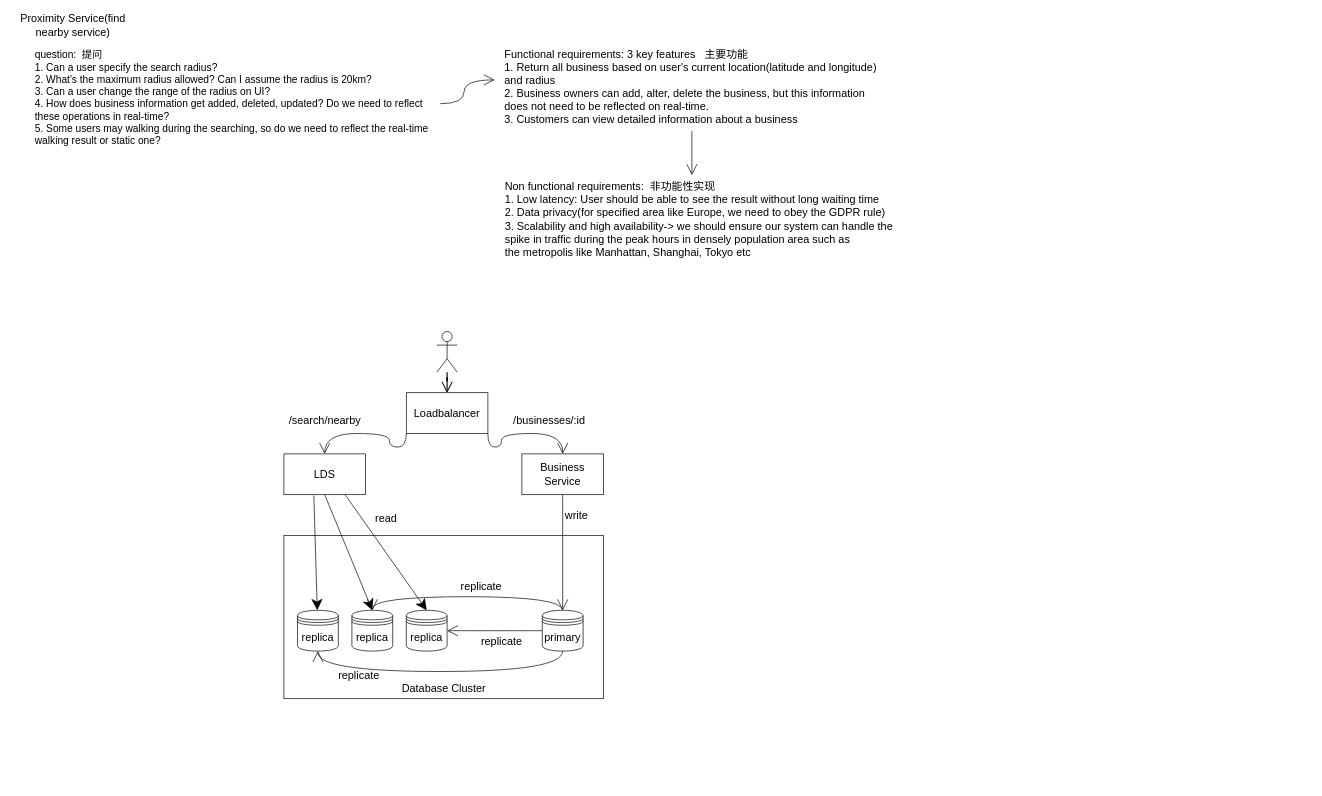
This is page "第 2 页" (2 of 2) of sap.drawio from superkjp/docs, a draw.io file, before an edit. Source tidied: cells renumbered, new cells numbered last; positions are measured from the earlier drawing's top-left corner, leaving out a move shared by most shapes. Both pictures are drawn from the tidied source at 68%, with x=0, y=0 at pixel (12, 12).
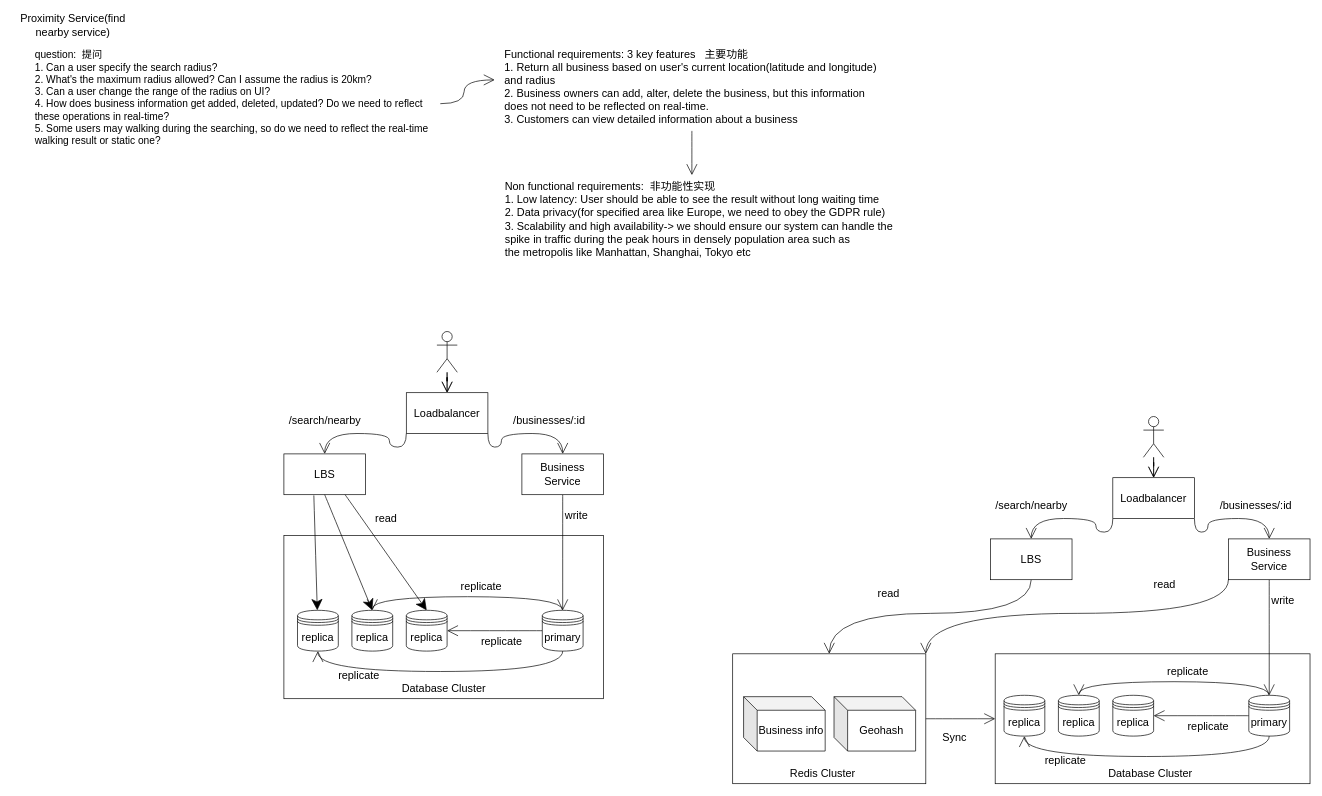
After the change.

What changed in the source:
```diff
@@
-    <mxCell id="14" value="LDS" style="whiteSpace=wrap;html=1;fontSize=16;" parent="1" vertex="1">
+    <mxCell id="14" value="LBS" style="whiteSpace=wrap;html=1;fontSize=16;" parent="1" vertex="1">
       <mxGeometry x="400" y="650" width="120" height="60" as="geometry" />
     </mxCell>
@@
+    <mxCell id="36" style="edgeStyle=orthogonalEdgeStyle;curved=1;jettySize=auto;html=1;exitX=0;exitY=1;exitDx=0;exitDy=0;fontSize=16;endArrow=open;startSize=14;endSize=14;" parent="1" edge="1" source="38" target="43">
+      <mxGeometry relative="1" as="geometry" />
+    </mxCell>
+    <mxCell id="37" style="edgeStyle=orthogonalEdgeStyle;curved=1;jettySize=auto;html=1;exitX=1;exitY=1;exitDx=0;exitDy=0;entryX=0.5;entryY=0;entryDx=0;entryDy=0;fontSize=16;endArrow=open;startSize=14;endSize=14;" parent="1" edge="1" source="38" target="46">
+      <mxGeometry relative="1" as="geometry" />
+    </mxCell>
+    <mxCell id="38" value="Loadbalancer" style="whiteSpace=wrap;html=1;fontSize=16;" parent="1" vertex="1">
+      <mxGeometry x="1619" y="685" width="120" height="60" as="geometry" />
+    </mxCell>
+    <mxCell id="39" style="edgeStyle=orthogonalEdgeStyle;curved=1;jettySize=auto;html=1;entryX=0.5;entryY=0;entryDx=0;entryDy=0;fontSize=16;endArrow=open;startSize=14;endSize=14;" parent="1" edge="1" source="41" target="38">
+      <mxGeometry relative="1" as="geometry" />
+    </mxCell>
+    <mxCell id="40" style="edgeStyle=orthogonalEdgeStyle;curved=1;jettySize=auto;html=1;fontSize=16;endArrow=open;startSize=14;endSize=14;" parent="1" edge="1" source="41" target="38">
+      <mxGeometry relative="1" as="geometry" />
+    </mxCell>
+    <mxCell id="41" style="shape=umlActor;verticalLabelPosition=bottom;verticalAlign=top;html=1;outlineConnect=0;fontSize=16;" parent="1" vertex="1">
+      <mxGeometry x="1664" y="595" width="30" height="60" as="geometry" />
+    </mxCell>
+    <mxCell id="42" style="edgeStyle=orthogonalEdgeStyle;curved=1;jettySize=auto;html=1;exitX=0.5;exitY=1;exitDx=0;exitDy=0;fontSize=16;endArrow=open;startSize=14;endSize=14;" parent="1" edge="1" source="43" target="63">
+      <mxGeometry relative="1" as="geometry" />
+    </mxCell>
+    <mxCell id="43" value="LBS" style="whiteSpace=wrap;html=1;fontSize=16;" parent="1" vertex="1">
+      <mxGeometry x="1439" y="775" width="120" height="60" as="geometry" />
+    </mxCell>
+    <mxCell id="44" style="edgeStyle=orthogonalEdgeStyle;curved=1;jettySize=auto;html=1;exitX=0.5;exitY=1;exitDx=0;exitDy=0;entryX=0.5;entryY=0;entryDx=0;entryDy=0;fontSize=16;endArrow=open;startSize=14;endSize=14;" parent="1" edge="1" source="46" target="55">
+      <mxGeometry relative="1" as="geometry" />
+    </mxCell>
+    <mxCell id="45" style="edgeStyle=orthogonalEdgeStyle;curved=1;jettySize=auto;html=1;exitX=0;exitY=1;exitDx=0;exitDy=0;entryX=1;entryY=0;entryDx=0;entryDy=0;fontSize=16;endArrow=open;startSize=14;endSize=14;" parent="1" edge="1" source="46" target="63">
+      <mxGeometry relative="1" as="geometry" />
+    </mxCell>
+    <mxCell id="46" value="Business Service" style="whiteSpace=wrap;html=1;fontSize=16;" parent="1" vertex="1">
+      <mxGeometry x="1789" y="775" width="120" height="60" as="geometry" />
+    </mxCell>
+    <mxCell id="47" style="whiteSpace=wrap;html=1;fontSize=16;fillColor=none;" parent="1" vertex="1">
+      <mxGeometry x="1446" y="944" width="463" height="191" as="geometry" />
+    </mxCell>
+    <mxCell id="48" value="Database Cluster" style="text;html=1;align=center;verticalAlign=middle;strokeColor=none;fillColor=none;fontSize=16;" parent="1" vertex="1">
+      <mxGeometry x="1599" y="1105" width="150" height="30" as="geometry" />
+    </mxCell>
+    <mxCell id="49" value="replica" style="shape=datastore;whiteSpace=wrap;html=1;fontSize=16;" parent="1" vertex="1">
+      <mxGeometry x="1459" y="1005" width="60" height="60" as="geometry" />
+    </mxCell>
+    <mxCell id="50" value="replica" style="shape=datastore;whiteSpace=wrap;html=1;fontSize=16;" parent="1" vertex="1">
+      <mxGeometry x="1539" y="1005" width="60" height="60" as="geometry" />
+    </mxCell>
+    <mxCell id="51" value="replica" style="shape=datastore;whiteSpace=wrap;html=1;fontSize=16;" parent="1" vertex="1">
+      <mxGeometry x="1619" y="1005" width="60" height="60" as="geometry" />
+    </mxCell>
+    <mxCell id="52" style="edgeStyle=orthogonalEdgeStyle;curved=1;jettySize=auto;html=1;exitX=0.5;exitY=0;exitDx=0;exitDy=0;entryX=0.5;entryY=0;entryDx=0;entryDy=0;fontSize=16;endArrow=open;startSize=14;endSize=14;" parent="1" edge="1" source="55" target="50">
+      <mxGeometry relative="1" as="geometry" />
+    </mxCell>
+    <mxCell id="53" style="edgeStyle=orthogonalEdgeStyle;curved=1;jettySize=auto;html=1;exitX=0;exitY=0.5;exitDx=0;exitDy=0;entryX=1;entryY=0.5;entryDx=0;entryDy=0;fontSize=16;endArrow=open;startSize=14;endSize=14;" parent="1" edge="1" source="55" target="51">
+      <mxGeometry relative="1" as="geometry" />
+    </mxCell>
+    <mxCell id="54" style="edgeStyle=orthogonalEdgeStyle;curved=1;jettySize=auto;html=1;exitX=0.5;exitY=1;exitDx=0;exitDy=0;entryX=0.5;entryY=1;entryDx=0;entryDy=0;fontSize=16;endArrow=open;startSize=14;endSize=14;" parent="1" edge="1" source="55" target="49">
+      <mxGeometry relative="1" as="geometry" />
+    </mxCell>
+    <mxCell id="55" value="primary" style="shape=datastore;whiteSpace=wrap;html=1;fontSize=16;" parent="1" vertex="1">
+      <mxGeometry x="1819" y="1005" width="60" height="60" as="geometry" />
+    </mxCell>
+    <mxCell id="56" value="replicate" style="text;html=1;align=center;verticalAlign=middle;strokeColor=none;fillColor=none;fontSize=16;" parent="1" vertex="1">
+      <mxGeometry x="1509" y="1085" width="80" height="30" as="geometry" />
+    </mxCell>
+    <mxCell id="57" value="replicate" style="text;html=1;align=center;verticalAlign=middle;strokeColor=none;fillColor=none;fontSize=16;" parent="1" vertex="1">
+      <mxGeometry x="1719" y="1035" width="80" height="30" as="geometry" />
+    </mxCell>
+    <mxCell id="58" value="replicate" style="text;html=1;align=center;verticalAlign=middle;strokeColor=none;fillColor=none;fontSize=16;" parent="1" vertex="1">
+      <mxGeometry x="1689" y="955" width="80" height="30" as="geometry" />
+    </mxCell>
+    <mxCell id="59" value="write" style="text;html=1;align=center;verticalAlign=middle;strokeColor=none;fillColor=none;fontSize=16;" parent="1" vertex="1">
+      <mxGeometry x="1839" y="850" width="60" height="30" as="geometry" />
+    </mxCell>
+    <mxCell id="60" value="/search/nearby" style="text;html=1;align=center;verticalAlign=middle;strokeColor=none;fillColor=none;fontSize=16;" parent="1" vertex="1">
+      <mxGeometry x="1434" y="710" width="130" height="30" as="geometry" />
+    </mxCell>
+    <mxCell id="61" value="/businesses/:id" style="text;html=1;align=center;verticalAlign=middle;strokeColor=none;fillColor=none;fontSize=16;" parent="1" vertex="1">
+      <mxGeometry x="1764" y="710" width="130" height="30" as="geometry" />
+    </mxCell>
+    <mxCell id="62" style="edgeStyle=orthogonalEdgeStyle;curved=1;jettySize=auto;html=1;exitX=1;exitY=0.5;exitDx=0;exitDy=0;entryX=0;entryY=0.5;entryDx=0;entryDy=0;fontSize=16;endArrow=open;startSize=14;endSize=14;" parent="1" edge="1" source="63" target="47">
+      <mxGeometry relative="1" as="geometry" />
+    </mxCell>
+    <mxCell id="63" style="whiteSpace=wrap;html=1;fontSize=16;fillColor=none;" parent="1" vertex="1">
+      <mxGeometry x="1060" y="944" width="284" height="191" as="geometry" />
+    </mxCell>
+    <mxCell id="64" value="Business info" style="shape=cube;whiteSpace=wrap;html=1;boundedLbl=1;backgroundOutline=1;darkOpacity=0.05;darkOpacity2=0.1;fontSize=16;fillColor=none;" parent="1" vertex="1">
+      <mxGeometry x="1076" y="1007" width="120" height="80" as="geometry" />
+    </mxCell>
+    <mxCell id="65" value="Geohash" style="shape=cube;whiteSpace=wrap;html=1;boundedLbl=1;backgroundOutline=1;darkOpacity=0.05;darkOpacity2=0.1;fontSize=16;fillColor=none;" parent="1" vertex="1">
+      <mxGeometry x="1209" y="1007" width="120" height="80" as="geometry" />
+    </mxCell>
+    <mxCell id="66" value="Redis Cluster" style="text;html=1;align=center;verticalAlign=middle;strokeColor=none;fillColor=none;fontSize=16;" parent="1" vertex="1">
+      <mxGeometry x="1135" y="1104" width="114" height="31" as="geometry" />
+    </mxCell>
+    <mxCell id="67" value="read" style="text;html=1;align=center;verticalAlign=middle;strokeColor=none;fillColor=none;fontSize=16;" parent="1" vertex="1">
+      <mxGeometry x="1264" y="839" width="50" height="31" as="geometry" />
+    </mxCell>
+    <mxCell id="68" value="read" style="text;html=1;align=center;verticalAlign=middle;strokeColor=none;fillColor=none;fontSize=16;" parent="1" vertex="1">
+      <mxGeometry x="1670" y="826" width="50" height="31" as="geometry" />
+    </mxCell>
+    <mxCell id="69" value="Sync" style="text;html=1;align=center;verticalAlign=middle;strokeColor=none;fillColor=none;fontSize=16;" parent="1" vertex="1">
+      <mxGeometry x="1359" y="1050" width="54" height="31" as="geometry" />
+    </mxCell>
```
